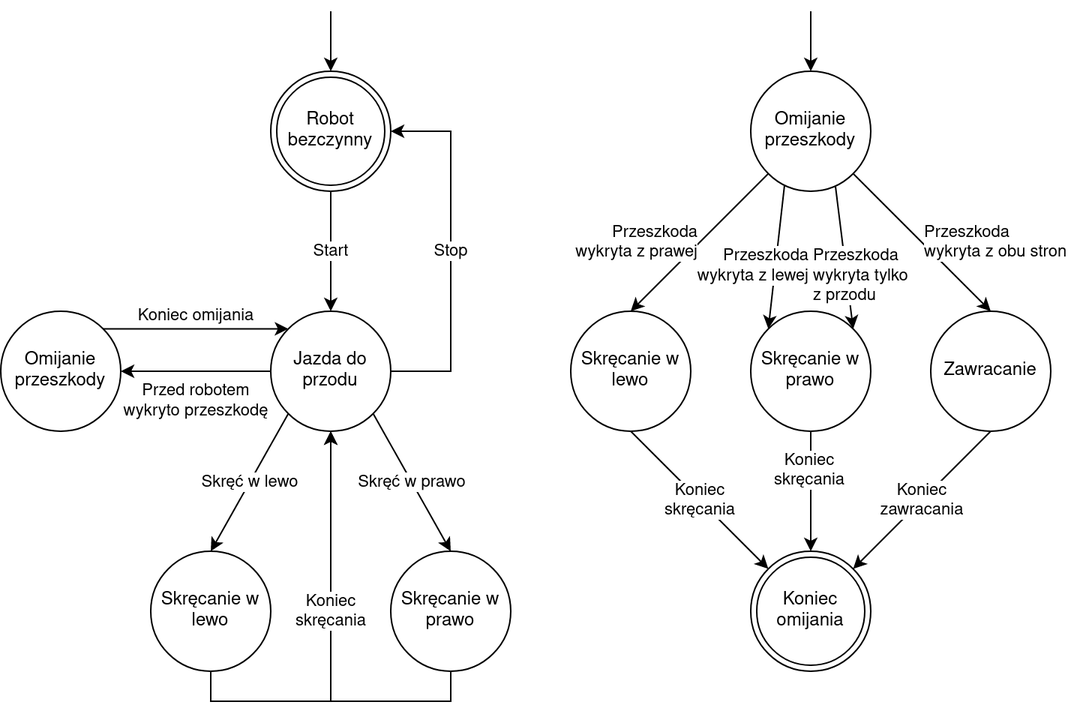
Pyglik/Projekt-TSwR keeps this draw.io diagram as TSwR.png. Above is the earlier version. Source tidied: cells renumbered, new cells last; positions are measured from the earlier drawing's top-left corner, leaving out a move shared by most shapes.
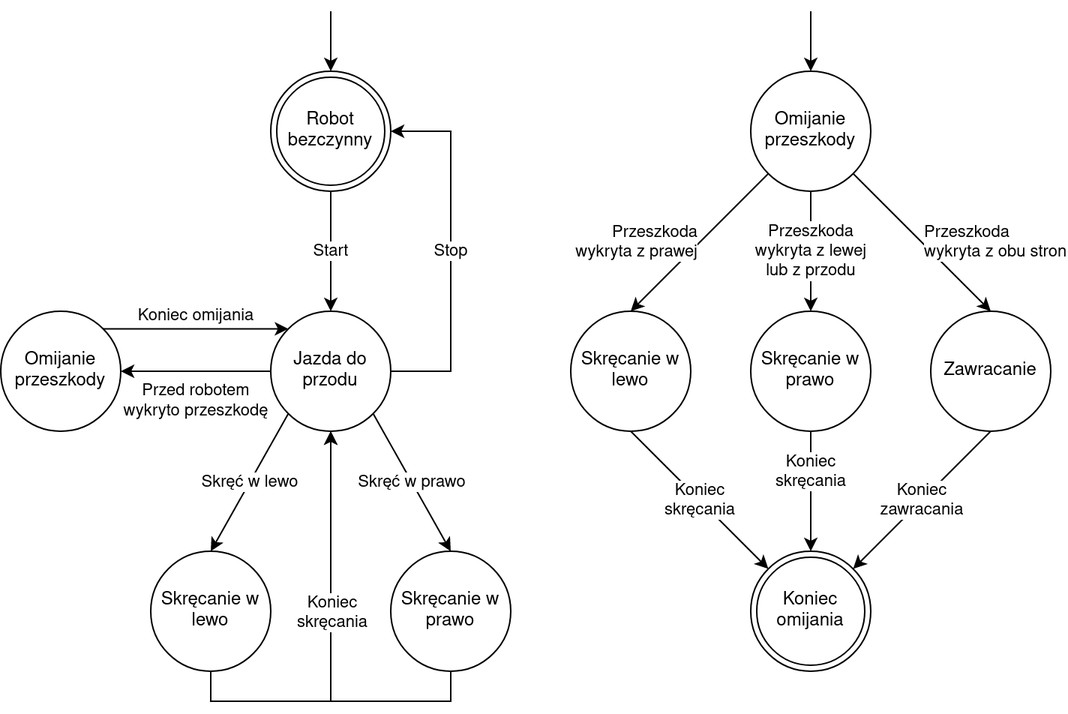
Above is the later version.

Change to the diagram source:
```diff
@@ -61,14 +61,11 @@
     <mxCell id="17" value="&lt;div&gt;Przeszkoda&lt;/div&gt;&lt;div&gt;wykryta z prawej&lt;br&gt;&lt;/div&gt;" style="edgeStyle=none;rounded=0;jettySize=auto;html=1;exitX=0;exitY=1;exitDx=0;exitDy=0;entryX=0.5;entryY=0;entryDx=0;entryDy=0;labelPosition=left;verticalLabelPosition=middle;align=right;verticalAlign=middle;" parent="1" edge="1" source="21" target="27">
       <mxGeometry relative="1" as="geometry" />
     </mxCell>
-    <mxCell id="18" value="&lt;div&gt;Przeszkoda&lt;/div&gt;&lt;div&gt;wykryta z lewej&lt;br&gt;&lt;/div&gt;" style="edgeStyle=none;rounded=0;jettySize=auto;html=1;exitX=0.281;exitY=0.953;exitDx=0;exitDy=0;entryX=0;entryY=0;entryDx=0;entryDy=0;exitPerimeter=0;labelPosition=left;verticalLabelPosition=bottom;align=right;verticalAlign=top;" parent="1" edge="1" source="21" target="25">
-      <mxGeometry x="-0.34" y="21" relative="1" as="geometry" />
-    </mxCell>
     <mxCell id="19" value="&lt;div&gt;Przeszkoda&lt;/div&gt;&lt;div&gt;wykryta z obu stron&lt;br&gt;&lt;/div&gt;" style="edgeStyle=none;rounded=0;jettySize=auto;html=1;exitX=1;exitY=1;exitDx=0;exitDy=0;entryX=0.5;entryY=0;entryDx=0;entryDy=0;labelPosition=right;verticalLabelPosition=middle;align=left;verticalAlign=middle;" parent="1" edge="1" source="21" target="29">
       <mxGeometry relative="1" as="geometry" />
     </mxCell>
-    <mxCell id="20" value="&lt;div&gt;Przeszkoda&lt;/div&gt;&lt;div&gt;wykryta tylko&lt;/div&gt;&lt;div&gt;z przodu&lt;br&gt;&lt;/div&gt;" style="rounded=0;jettySize=auto;html=1;exitX=0.706;exitY=0.959;exitDx=0;exitDy=0;entryX=1;entryY=0;entryDx=0;entryDy=0;exitPerimeter=0;labelPosition=right;verticalLabelPosition=bottom;align=left;verticalAlign=top;" parent="1" edge="1" source="21" target="25">
-      <mxGeometry x="-0.35" y="-20" relative="1" as="geometry" />
+    <mxCell id="20" value="&lt;div&gt;Przeszkoda&lt;/div&gt;&lt;div&gt;wykryta z lewej&lt;br&gt;&lt;/div&gt;&lt;div&gt;lub z przodu&lt;br&gt;&lt;/div&gt;" style="rounded=0;jettySize=auto;html=1;exitX=0.5;exitY=1;exitDx=0;exitDy=0;entryX=0.5;entryY=0;entryDx=0;entryDy=0;labelPosition=center;verticalLabelPosition=middle;align=center;verticalAlign=middle;" parent="1" edge="1" source="21" target="25">
+      <mxGeometry relative="1" as="geometry" />
     </mxCell>
     <mxCell id="21" value="Omijanie przeszkody" style="ellipse;whiteSpace=wrap;html=1;strokeColor=#000000;" parent="1" vertex="1">
       <mxGeometry x="500" y="40" width="80" height="80" as="geometry" />
```
